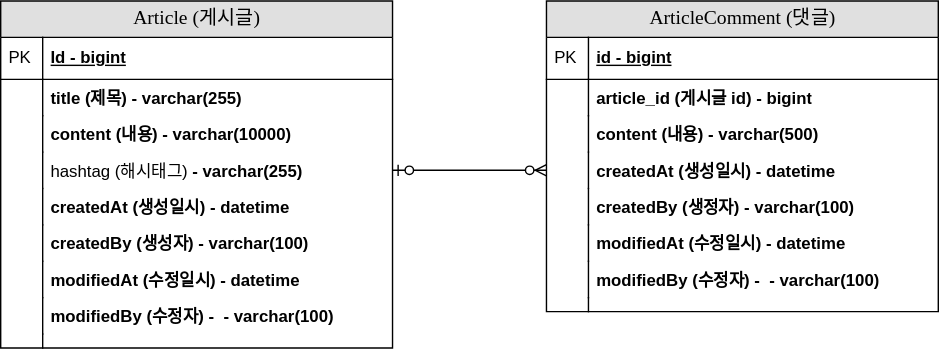
Go-EunLee/project-board keeps this draw.io diagram as document/project-board-erd.svg. Above is the earlier version. Source tidied: cells renumbered, new cells last; positions are measured from the earlier drawing's top-left corner, leaving out a move shared by most shapes.
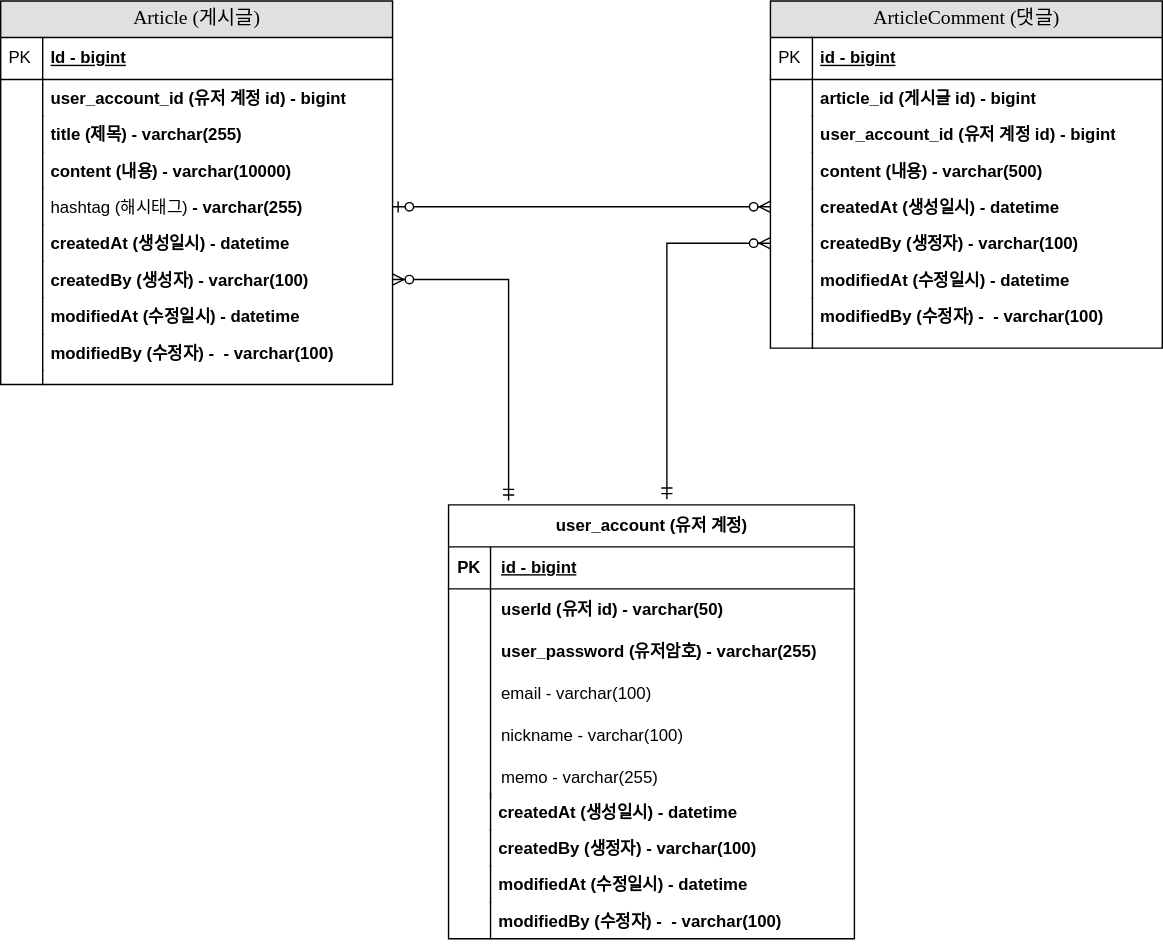
After the commit.

Commit message:
#16 - project-board-erd user-account 추가

The edit, as a diff of the source:
```diff
@@ -3,7 +3,7 @@
     <mxCell id="0" />
     <mxCell id="1" parent="0" />
     <mxCell id="2" value="ArticleComment (댓글)" style="swimlane;html=1;fontStyle=0;horizontal=1;startSize=26;fillColor=#e0e0e0;swimlaneFillColor=#ffffff;align=center;rounded=0;shadow=0;comic=0;labelBackgroundColor=none;strokeWidth=1;fontFamily=Verdana;fontSize=14;" parent="1" vertex="1">
-      <mxGeometry x="390" width="280" height="222" as="geometry" />
+      <mxGeometry x="630" y="-318" width="280" height="248" as="geometry" />
     </mxCell>
     <mxCell id="3" value="id - bigint" style="shape=partialRectangle;top=0;left=0;right=0;bottom=1;html=1;align=left;verticalAlign=middle;fillColor=none;spacingLeft=34;spacingRight=4;whiteSpace=wrap;overflow=hidden;fontStyle=5;" parent="2" vertex="1">
       <mxGeometry y="26" width="280" height="30" as="geometry" />
@@ -17,44 +17,50 @@
     <mxCell id="6" style="shape=partialRectangle;top=0;left=0;bottom=0;html=1;fillColor=none;align=left;verticalAlign=top;spacingLeft=4;spacingRight=4;whiteSpace=wrap;overflow=hidden;" parent="5" vertex="1">
       <mxGeometry width="30" height="26" as="geometry" />
     </mxCell>
+    <mxCell id="39" value="user_account_id (유저 계정 id) - bigint" style="shape=partialRectangle;top=0;left=0;right=0;bottom=0;html=1;align=left;verticalAlign=top;fillColor=none;spacingLeft=34;spacingRight=4;whiteSpace=wrap;overflow=hidden;fontStyle=1;" parent="2" vertex="1">
+      <mxGeometry y="82" width="280" height="26" as="geometry" />
+    </mxCell>
+    <mxCell id="40" style="shape=partialRectangle;top=0;left=0;bottom=0;html=1;fillColor=none;align=left;verticalAlign=top;spacingLeft=4;spacingRight=4;whiteSpace=wrap;overflow=hidden;" parent="39" vertex="1">
+      <mxGeometry width="30" height="26" as="geometry" />
+    </mxCell>
     <mxCell id="7" value="content (내용)&amp;nbsp;- varchar(500)" style="shape=partialRectangle;top=0;left=0;right=0;bottom=0;html=1;align=left;verticalAlign=top;fillColor=none;spacingLeft=34;spacingRight=4;whiteSpace=wrap;overflow=hidden;fontStyle=1;" parent="2" vertex="1">
-      <mxGeometry y="82" width="280" height="26" as="geometry" />
+      <mxGeometry y="108" width="280" height="26" as="geometry" />
     </mxCell>
     <mxCell id="8" style="shape=partialRectangle;top=0;left=0;bottom=0;html=1;fillColor=none;align=left;verticalAlign=top;spacingLeft=4;spacingRight=4;whiteSpace=wrap;overflow=hidden;" parent="7" vertex="1">
       <mxGeometry width="30" height="26" as="geometry" />
     </mxCell>
     <mxCell id="9" value="createdAt (생성일시) - datetime" style="shape=partialRectangle;top=0;left=0;right=0;bottom=0;html=1;align=left;verticalAlign=top;fillColor=none;spacingLeft=34;spacingRight=4;whiteSpace=wrap;overflow=hidden;points=[[0,0.5],[1,0.5]];portConstraint=eastwest;fontStyle=1;" parent="2" vertex="1">
-      <mxGeometry y="108" width="280" height="26" as="geometry" />
+      <mxGeometry y="134" width="280" height="26" as="geometry" />
     </mxCell>
     <mxCell id="10" style="shape=partialRectangle;top=0;left=0;bottom=0;html=1;fillColor=none;align=left;verticalAlign=top;spacingLeft=4;spacingRight=4;whiteSpace=wrap;overflow=hidden;" parent="9" vertex="1">
       <mxGeometry width="30" height="26" as="geometry" />
     </mxCell>
     <mxCell id="11" value="createdBy (생정자)&amp;nbsp;- varchar(100)" style="shape=partialRectangle;top=0;left=0;right=0;bottom=0;html=1;align=left;verticalAlign=top;fillColor=none;spacingLeft=34;spacingRight=4;whiteSpace=wrap;overflow=hidden;points=[[0,0.5],[1,0.5]];portConstraint=eastwest;fontStyle=1;" parent="2" vertex="1">
-      <mxGeometry y="134" width="280" height="26" as="geometry" />
+      <mxGeometry y="160" width="280" height="26" as="geometry" />
     </mxCell>
     <mxCell id="12" style="shape=partialRectangle;top=0;left=0;bottom=0;html=1;fillColor=none;align=left;verticalAlign=top;spacingLeft=4;spacingRight=4;whiteSpace=wrap;overflow=hidden;" parent="11" vertex="1">
       <mxGeometry width="30" height="26" as="geometry" />
     </mxCell>
     <mxCell id="13" value="modifiedAt (수정일시) - datetime" style="shape=partialRectangle;top=0;left=0;right=0;bottom=0;html=1;align=left;verticalAlign=top;fillColor=none;spacingLeft=34;spacingRight=4;whiteSpace=wrap;overflow=hidden;fontStyle=1;" parent="2" vertex="1">
-      <mxGeometry y="160" width="280" height="26" as="geometry" />
+      <mxGeometry y="186" width="280" height="26" as="geometry" />
     </mxCell>
     <mxCell id="14" style="shape=partialRectangle;top=0;left=0;bottom=0;html=1;fillColor=none;align=left;verticalAlign=top;spacingLeft=4;spacingRight=4;whiteSpace=wrap;overflow=hidden;" parent="13" vertex="1">
       <mxGeometry width="30" height="26" as="geometry" />
     </mxCell>
     <mxCell id="15" value="modifiedBy (수정자) -&amp;nbsp;&amp;nbsp;- varchar(100)" style="shape=partialRectangle;top=0;left=0;right=0;bottom=0;html=1;align=left;verticalAlign=top;fillColor=none;spacingLeft=34;spacingRight=4;whiteSpace=wrap;overflow=hidden;fontStyle=1;" parent="2" vertex="1">
-      <mxGeometry y="186" width="280" height="26" as="geometry" />
+      <mxGeometry y="212" width="280" height="26" as="geometry" />
     </mxCell>
     <mxCell id="16" style="shape=partialRectangle;top=0;left=0;bottom=0;html=1;fillColor=none;align=left;verticalAlign=top;spacingLeft=4;spacingRight=4;whiteSpace=wrap;overflow=hidden;" parent="15" vertex="1">
       <mxGeometry width="30" height="26" as="geometry" />
     </mxCell>
     <mxCell id="17" style="shape=partialRectangle;top=0;left=0;right=0;bottom=0;html=1;align=left;verticalAlign=top;fillColor=none;spacingLeft=34;spacingRight=4;whiteSpace=wrap;overflow=hidden;" parent="2" vertex="1">
-      <mxGeometry y="212" width="280" height="10" as="geometry" />
+      <mxGeometry y="238" width="280" height="10" as="geometry" />
     </mxCell>
     <mxCell id="18" style="shape=partialRectangle;top=0;left=0;bottom=0;html=1;fillColor=none;align=left;verticalAlign=top;spacingLeft=4;spacingRight=4;whiteSpace=wrap;overflow=hidden;" parent="17" vertex="1">
       <mxGeometry width="30" height="10" as="geometry" />
     </mxCell>
     <mxCell id="19" value="Article (게시글)" style="swimlane;html=1;fontStyle=0;horizontal=1;startSize=26;fillColor=#e0e0e0;swimlaneFillColor=#ffffff;align=center;rounded=0;shadow=0;comic=0;labelBackgroundColor=none;strokeWidth=1;fontFamily=Verdana;fontSize=14;" parent="1" vertex="1">
-      <mxGeometry width="280" height="248" as="geometry" />
+      <mxGeometry x="80" y="-318" width="280" height="274" as="geometry" />
     </mxCell>
     <mxCell id="20" value="Id - bigint" style="shape=partialRectangle;top=0;left=0;right=0;bottom=1;html=1;align=left;verticalAlign=middle;fillColor=none;spacingLeft=34;spacingRight=4;whiteSpace=wrap;overflow=hidden;fontStyle=5;" parent="19" vertex="1">
       <mxGeometry y="26" width="280" height="30" as="geometry" />
@@ -62,50 +68,56 @@
     <mxCell id="21" value="PK" style="shape=partialRectangle;top=0;left=0;bottom=0;html=1;fillColor=none;align=left;verticalAlign=middle;spacingLeft=4;spacingRight=4;whiteSpace=wrap;overflow=hidden;" parent="20" vertex="1">
       <mxGeometry width="30" height="30" as="geometry" />
     </mxCell>
+    <mxCell id="41" value="user_account_id (유저 계정 id) - bigint" style="shape=partialRectangle;top=0;left=0;right=0;bottom=0;html=1;align=left;verticalAlign=top;fillColor=none;spacingLeft=34;spacingRight=4;whiteSpace=wrap;overflow=hidden;fontStyle=1;" parent="19" vertex="1">
+      <mxGeometry y="56" width="280" height="26" as="geometry" />
+    </mxCell>
+    <mxCell id="42" style="shape=partialRectangle;top=0;left=0;bottom=0;html=1;fillColor=none;align=left;verticalAlign=top;spacingLeft=4;spacingRight=4;whiteSpace=wrap;overflow=hidden;" parent="41" vertex="1">
+      <mxGeometry width="30" height="26" as="geometry" />
+    </mxCell>
     <mxCell id="22" value="title (제목) - varchar(255)" style="shape=partialRectangle;top=0;left=0;right=0;bottom=0;html=1;align=left;verticalAlign=top;fillColor=none;spacingLeft=34;spacingRight=4;whiteSpace=wrap;overflow=hidden;fontStyle=1;" parent="19" vertex="1">
-      <mxGeometry y="56" width="280" height="26" as="geometry" />
+      <mxGeometry y="82" width="280" height="26" as="geometry" />
     </mxCell>
     <mxCell id="23" style="shape=partialRectangle;top=0;left=0;bottom=0;html=1;fillColor=none;align=left;verticalAlign=top;spacingLeft=4;spacingRight=4;whiteSpace=wrap;overflow=hidden;" parent="22" vertex="1">
       <mxGeometry width="30" height="26" as="geometry" />
     </mxCell>
     <mxCell id="24" value="content (내용)&amp;nbsp;- varchar(10000)" style="shape=partialRectangle;top=0;left=0;right=0;bottom=0;html=1;align=left;verticalAlign=top;fillColor=none;spacingLeft=34;spacingRight=4;whiteSpace=wrap;overflow=hidden;fontStyle=1;" parent="19" vertex="1">
-      <mxGeometry y="82" width="280" height="26" as="geometry" />
+      <mxGeometry y="108" width="280" height="26" as="geometry" />
     </mxCell>
     <mxCell id="25" style="shape=partialRectangle;top=0;left=0;bottom=0;html=1;fillColor=none;align=left;verticalAlign=top;spacingLeft=4;spacingRight=4;whiteSpace=wrap;overflow=hidden;" parent="24" vertex="1">
       <mxGeometry width="30" height="26" as="geometry" />
     </mxCell>
     <mxCell id="26" value="hashtag (해시태그)&lt;span style=&quot;font-weight: 700;&quot;&gt;&amp;nbsp;- varchar(255)&lt;/span&gt;" style="shape=partialRectangle;top=0;left=0;right=0;bottom=0;html=1;align=left;verticalAlign=top;fillColor=none;spacingLeft=34;spacingRight=4;whiteSpace=wrap;overflow=hidden;points=[[0,0.5],[1,0.5]];portConstraint=eastwest;" parent="19" vertex="1">
-      <mxGeometry y="108" width="280" height="26" as="geometry" />
+      <mxGeometry y="134" width="280" height="26" as="geometry" />
     </mxCell>
     <mxCell id="27" style="shape=partialRectangle;top=0;left=0;bottom=0;html=1;fillColor=none;align=left;verticalAlign=top;spacingLeft=4;spacingRight=4;whiteSpace=wrap;overflow=hidden;" parent="26" vertex="1">
       <mxGeometry width="30" height="26" as="geometry" />
     </mxCell>
     <mxCell id="28" value="createdAt (생성일시) - datetime" style="shape=partialRectangle;top=0;left=0;right=0;bottom=0;html=1;align=left;verticalAlign=top;fillColor=none;spacingLeft=34;spacingRight=4;whiteSpace=wrap;overflow=hidden;fontStyle=1;" parent="19" vertex="1">
-      <mxGeometry y="134" width="280" height="26" as="geometry" />
+      <mxGeometry y="160" width="280" height="26" as="geometry" />
     </mxCell>
     <mxCell id="29" style="shape=partialRectangle;top=0;left=0;bottom=0;html=1;fillColor=none;align=left;verticalAlign=top;spacingLeft=4;spacingRight=4;whiteSpace=wrap;overflow=hidden;" parent="28" vertex="1">
       <mxGeometry width="30" height="26" as="geometry" />
     </mxCell>
     <mxCell id="30" value="createdBy (생성자)&amp;nbsp;- varchar(100)" style="shape=partialRectangle;top=0;left=0;right=0;bottom=0;html=1;align=left;verticalAlign=top;fillColor=none;spacingLeft=34;spacingRight=4;whiteSpace=wrap;overflow=hidden;points=[[0,0.5],[1,0.5]];portConstraint=eastwest;fontStyle=1;" parent="19" vertex="1">
-      <mxGeometry y="160" width="280" height="26" as="geometry" />
+      <mxGeometry y="186" width="280" height="26" as="geometry" />
     </mxCell>
     <mxCell id="31" style="shape=partialRectangle;top=0;left=0;bottom=0;html=1;fillColor=none;align=left;verticalAlign=top;spacingLeft=4;spacingRight=4;whiteSpace=wrap;overflow=hidden;" parent="30" vertex="1">
       <mxGeometry width="30" height="26" as="geometry" />
     </mxCell>
     <mxCell id="32" value="modifiedAt (수정일시) - datetime" style="shape=partialRectangle;top=0;left=0;right=0;bottom=0;html=1;align=left;verticalAlign=top;fillColor=none;spacingLeft=34;spacingRight=4;whiteSpace=wrap;overflow=hidden;fontStyle=1;" parent="19" vertex="1">
-      <mxGeometry y="186" width="280" height="26" as="geometry" />
+      <mxGeometry y="212" width="280" height="26" as="geometry" />
     </mxCell>
     <mxCell id="33" style="shape=partialRectangle;top=0;left=0;bottom=0;html=1;fillColor=none;align=left;verticalAlign=top;spacingLeft=4;spacingRight=4;whiteSpace=wrap;overflow=hidden;" parent="32" vertex="1">
       <mxGeometry width="30" height="26" as="geometry" />
     </mxCell>
     <mxCell id="34" value="modifiedBy (수정자) -&amp;nbsp;&amp;nbsp;- varchar(100)" style="shape=partialRectangle;top=0;left=0;right=0;bottom=0;html=1;align=left;verticalAlign=top;fillColor=none;spacingLeft=34;spacingRight=4;whiteSpace=wrap;overflow=hidden;fontStyle=1;" parent="19" vertex="1">
-      <mxGeometry y="212" width="280" height="26" as="geometry" />
+      <mxGeometry y="238" width="280" height="26" as="geometry" />
     </mxCell>
     <mxCell id="35" style="shape=partialRectangle;top=0;left=0;bottom=0;html=1;fillColor=none;align=left;verticalAlign=top;spacingLeft=4;spacingRight=4;whiteSpace=wrap;overflow=hidden;" parent="34" vertex="1">
       <mxGeometry width="30" height="26" as="geometry" />
     </mxCell>
     <mxCell id="36" style="shape=partialRectangle;top=0;left=0;right=0;bottom=0;html=1;align=left;verticalAlign=top;fillColor=none;spacingLeft=34;spacingRight=4;whiteSpace=wrap;overflow=hidden;fontStyle=1;" parent="19" vertex="1">
-      <mxGeometry y="238" width="280" height="10" as="geometry" />
+      <mxGeometry y="264" width="280" height="10" as="geometry" />
     </mxCell>
     <mxCell id="37" style="shape=partialRectangle;top=0;left=0;bottom=0;html=1;fillColor=none;align=left;verticalAlign=top;spacingLeft=4;spacingRight=4;whiteSpace=wrap;overflow=hidden;" parent="36" vertex="1">
       <mxGeometry width="30" height="10" as="geometry" />
@@ -113,5 +125,92 @@
     <mxCell id="38" style="fontSize=12;html=1;endArrow=ERzeroToMany;startArrow=ERzeroToOne;rounded=0;entryX=0;entryY=0.5;entryDx=0;entryDy=0;exitX=1;exitY=0.5;exitDx=0;exitDy=0;" parent="1" edge="1" source="26" target="9">
       <mxGeometry relative="1" as="geometry" />
     </mxCell>
+    <mxCell id="43" value="user_account (유저 계정)" style="shape=table;startSize=30;rowLines=0;fontStyle=1;align=center;html=1;" parent="1" vertex="1">
+      <mxGeometry x="400" y="42" width="290" height="310" as="geometry" />
+    </mxCell>
+    <mxCell id="44" style="shape=tableRow;horizontal=0;startSize=0;swimlaneHead=0;swimlaneBody=0;fillColor=none;top=0;left=0;right=0;bottom=1;" parent="43" vertex="1">
+      <mxGeometry y="30" width="290" height="30" as="geometry" />
+    </mxCell>
+    <mxCell id="45" value="PK" style="shape=partialRectangle;fillColor=none;top=0;left=0;bottom=0;right=0;fontStyle=1;overflow=hidden;whiteSpace=wrap;html=1;" parent="44" vertex="1">
+      <mxGeometry width="30" height="30" as="geometry" />
+    </mxCell>
+    <mxCell id="46" value="id - bigint" style="shape=partialRectangle;fillColor=none;top=0;left=0;bottom=0;right=0;align=left;spacingLeft=6;fontStyle=5;overflow=hidden;whiteSpace=wrap;html=1;" parent="44" vertex="1">
+      <mxGeometry x="30" width="260" height="30" as="geometry" />
+    </mxCell>
+    <mxCell id="47" style="shape=tableRow;horizontal=0;startSize=0;swimlaneHead=0;swimlaneBody=0;fillColor=none;top=0;left=0;right=0;bottom=0;" parent="43" vertex="1">
+      <mxGeometry y="60" width="290" height="30" as="geometry" />
+    </mxCell>
+    <mxCell id="48" style="shape=partialRectangle;fillColor=none;top=0;left=0;bottom=0;right=0;overflow=hidden;whiteSpace=wrap;html=1;" parent="47" vertex="1">
+      <mxGeometry width="30" height="30" as="geometry" />
+    </mxCell>
+    <mxCell id="49" value="userId (유저 id) - varchar(50)" style="shape=partialRectangle;fillColor=none;top=0;left=0;bottom=0;right=0;align=left;spacingLeft=6;overflow=hidden;whiteSpace=wrap;html=1;fontStyle=1;" parent="47" vertex="1">
+      <mxGeometry x="30" width="260" height="30" as="geometry" />
+    </mxCell>
+    <mxCell id="50" style="shape=tableRow;horizontal=0;startSize=0;swimlaneHead=0;swimlaneBody=0;fillColor=none;top=0;left=0;right=0;bottom=0;" parent="43" vertex="1">
+      <mxGeometry y="90" width="290" height="30" as="geometry" />
+    </mxCell>
+    <mxCell id="51" style="shape=partialRectangle;fillColor=none;top=0;left=0;bottom=0;right=0;overflow=hidden;whiteSpace=wrap;html=1;" parent="50" vertex="1">
+      <mxGeometry width="30" height="30" as="geometry" />
+    </mxCell>
+    <mxCell id="52" value="user_password (유저암호) - varchar(255)" style="shape=partialRectangle;fillColor=none;top=0;left=0;bottom=0;right=0;align=left;spacingLeft=6;overflow=hidden;whiteSpace=wrap;html=1;fontStyle=1;" parent="50" vertex="1">
+      <mxGeometry x="30" width="260" height="30" as="geometry" />
+    </mxCell>
+    <mxCell id="53" style="shape=tableRow;horizontal=0;startSize=0;swimlaneHead=0;swimlaneBody=0;fillColor=none;top=0;left=0;right=0;bottom=0;" parent="43" vertex="1">
+      <mxGeometry y="120" width="290" height="30" as="geometry" />
+    </mxCell>
+    <mxCell id="54" style="shape=partialRectangle;fillColor=none;top=0;left=0;bottom=0;right=0;overflow=hidden;whiteSpace=wrap;html=1;" parent="53" vertex="1">
+      <mxGeometry width="30" height="30" as="geometry" />
+    </mxCell>
+    <mxCell id="55" value="email - varchar(100)" style="shape=partialRectangle;fillColor=none;top=0;left=0;bottom=0;right=0;align=left;spacingLeft=6;overflow=hidden;whiteSpace=wrap;html=1;" parent="53" vertex="1">
+      <mxGeometry x="30" width="260" height="30" as="geometry" />
+    </mxCell>
+    <mxCell id="56" style="shape=tableRow;horizontal=0;startSize=0;swimlaneHead=0;swimlaneBody=0;fillColor=none;top=0;left=0;right=0;bottom=0;" parent="43" vertex="1">
+      <mxGeometry y="150" width="290" height="30" as="geometry" />
+    </mxCell>
+    <mxCell id="57" style="shape=partialRectangle;fillColor=none;top=0;left=0;bottom=0;right=0;overflow=hidden;whiteSpace=wrap;html=1;" parent="56" vertex="1">
+      <mxGeometry width="30" height="30" as="geometry" />
+    </mxCell>
+    <mxCell id="58" value="nickname - varchar(100)" style="shape=partialRectangle;fillColor=none;top=0;left=0;bottom=0;right=0;align=left;spacingLeft=6;overflow=hidden;whiteSpace=wrap;html=1;" parent="56" vertex="1">
+      <mxGeometry x="30" width="260" height="30" as="geometry" />
+    </mxCell>
+    <mxCell id="59" style="shape=tableRow;horizontal=0;startSize=0;swimlaneHead=0;swimlaneBody=0;fillColor=none;top=0;left=0;right=0;bottom=0;" parent="43" vertex="1">
+      <mxGeometry y="180" width="290" height="30" as="geometry" />
+    </mxCell>
+    <mxCell id="60" style="shape=partialRectangle;fillColor=none;top=0;left=0;bottom=0;right=0;overflow=hidden;whiteSpace=wrap;html=1;" parent="59" vertex="1">
+      <mxGeometry width="30" height="30" as="geometry" />
+    </mxCell>
+    <mxCell id="61" value="memo - varchar(255)" style="shape=partialRectangle;fillColor=none;top=0;left=0;bottom=0;right=0;align=left;spacingLeft=6;overflow=hidden;whiteSpace=wrap;html=1;" parent="59" vertex="1">
+      <mxGeometry x="30" width="260" height="30" as="geometry" />
+    </mxCell>
+    <mxCell id="62" value="createdAt (생성일시) - datetime" style="shape=partialRectangle;top=0;left=0;right=0;bottom=0;html=1;align=left;verticalAlign=top;fillColor=none;spacingLeft=34;spacingRight=4;whiteSpace=wrap;overflow=hidden;fontStyle=1;" parent="1" vertex="1">
+      <mxGeometry x="400" y="248" width="280" height="26" as="geometry" />
+    </mxCell>
+    <mxCell id="63" style="shape=partialRectangle;top=0;left=0;bottom=0;html=1;fillColor=none;align=left;verticalAlign=top;spacingLeft=4;spacingRight=4;whiteSpace=wrap;overflow=hidden;" parent="62" vertex="1">
+      <mxGeometry width="30" height="26" as="geometry" />
+    </mxCell>
+    <mxCell id="64" value="createdBy (생정자)&amp;nbsp;- varchar(100)" style="shape=partialRectangle;top=0;left=0;right=0;bottom=0;html=1;align=left;verticalAlign=top;fillColor=none;spacingLeft=34;spacingRight=4;whiteSpace=wrap;overflow=hidden;fontStyle=1;" parent="1" vertex="1">
+      <mxGeometry x="400" y="274" width="280" height="26" as="geometry" />
+    </mxCell>
+    <mxCell id="65" style="shape=partialRectangle;top=0;left=0;bottom=0;html=1;fillColor=none;align=left;verticalAlign=top;spacingLeft=4;spacingRight=4;whiteSpace=wrap;overflow=hidden;" parent="64" vertex="1">
+      <mxGeometry width="30" height="26" as="geometry" />
+    </mxCell>
+    <mxCell id="66" value="modifiedAt (수정일시) - datetime" style="shape=partialRectangle;top=0;left=0;right=0;bottom=0;html=1;align=left;verticalAlign=top;fillColor=none;spacingLeft=34;spacingRight=4;whiteSpace=wrap;overflow=hidden;fontStyle=1;" parent="1" vertex="1">
+      <mxGeometry x="400" y="300" width="280" height="26" as="geometry" />
+    </mxCell>
+    <mxCell id="67" style="shape=partialRectangle;top=0;left=0;bottom=0;html=1;fillColor=none;align=left;verticalAlign=top;spacingLeft=4;spacingRight=4;whiteSpace=wrap;overflow=hidden;" parent="66" vertex="1">
+      <mxGeometry width="30" height="26" as="geometry" />
+    </mxCell>
+    <mxCell id="68" value="modifiedBy (수정자) -&amp;nbsp;&amp;nbsp;- varchar(100)" style="shape=partialRectangle;top=0;left=0;right=0;bottom=0;html=1;align=left;verticalAlign=top;fillColor=none;spacingLeft=34;spacingRight=4;whiteSpace=wrap;overflow=hidden;fontStyle=1;" parent="1" vertex="1">
+      <mxGeometry x="400" y="326" width="280" height="26" as="geometry" />
+    </mxCell>
+    <mxCell id="69" style="shape=partialRectangle;top=0;left=0;bottom=0;html=1;fillColor=none;align=left;verticalAlign=top;spacingLeft=4;spacingRight=4;whiteSpace=wrap;overflow=hidden;" parent="68" vertex="1">
+      <mxGeometry width="30" height="26" as="geometry" />
+    </mxCell>
+    <mxCell id="70" style="fontSize=12;html=1;endArrow=ERzeroToMany;startArrow=ERmandOne;rounded=0;exitX=0.148;exitY=-0.01;exitDx=0;exitDy=0;exitPerimeter=0;entryX=1;entryY=0.5;entryDx=0;entryDy=0;edgeStyle=orthogonalEdgeStyle;" parent="1" edge="1" source="43" target="30">
+      <mxGeometry relative="1" as="geometry" />
+    </mxCell>
+    <mxCell id="71" style="fontSize=12;html=1;endArrow=ERzeroToMany;startArrow=ERmandOne;rounded=0;exitX=0.538;exitY=-0.013;exitDx=0;exitDy=0;exitPerimeter=0;entryX=0;entryY=0.5;entryDx=0;entryDy=0;edgeStyle=orthogonalEdgeStyle;" parent="1" edge="1" source="43" target="11">
+      <mxGeometry relative="1" as="geometry" />
+    </mxCell>
   </root>
 </mxGraphModel>
```
